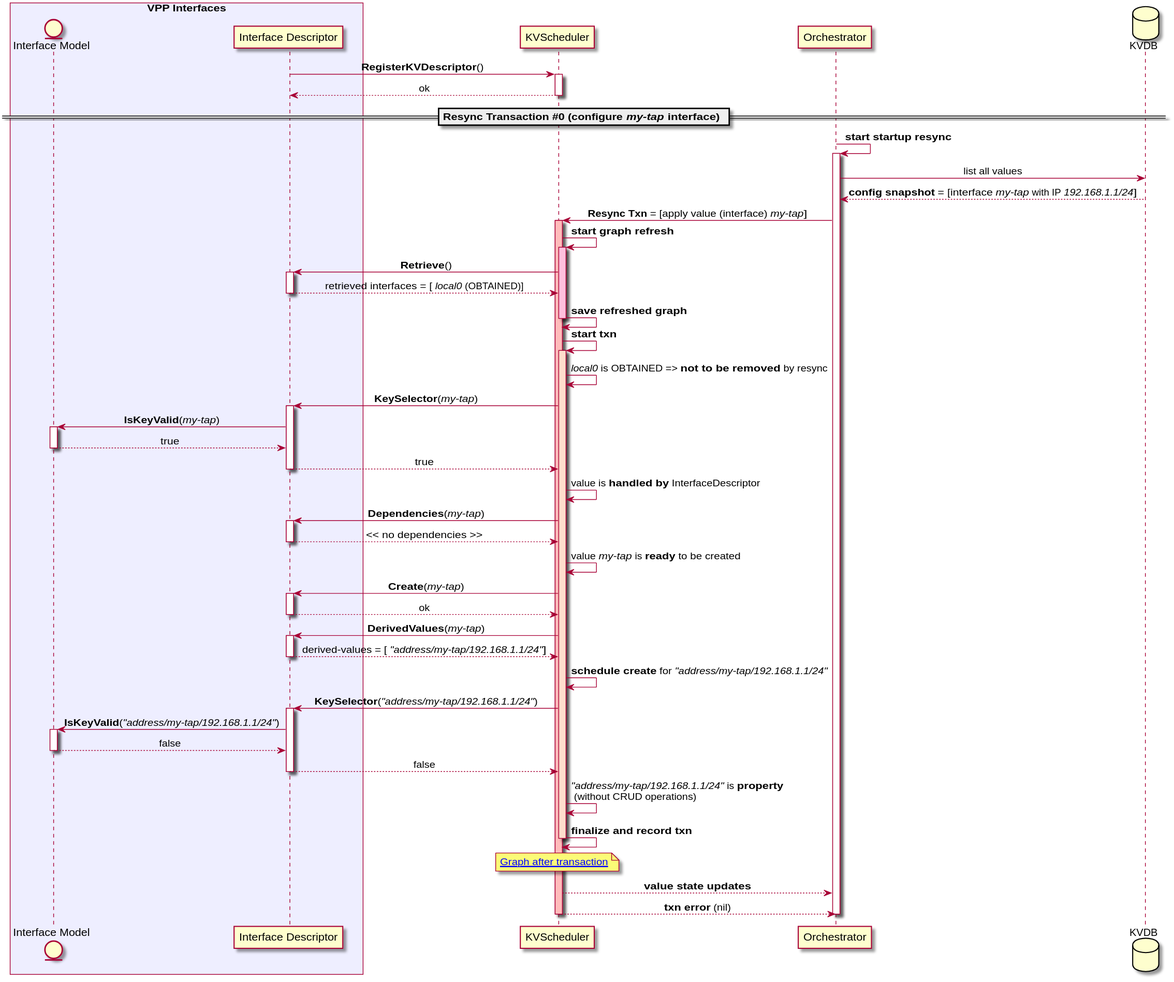
This is docs/kvscheduler/cfd/uml/add_interface.svg from ligato/vpp-agent, a PlantUML export, as it was before one commit. The source it was exported from:
```plantuml
@startuml

skinparam ParticipantPadding 20
skinparam BoxPadding 10
skinparam SequenceMessageAlign center

box "VPP Interfaces" #EEEEFF
entity IM as "Interface Model"
participant ID as "Interface Descriptor"
end box
participant KVS as "KVScheduler"
participant ORCH as "Orchestrator"
database DB as "KVDB"

ID -> KVS: **RegisterKVDescriptor**()
activate KVS
 KVS --> ID: ok
deactivate KVS

== Resync Transaction #0 (configure //my-tap// interface) ==

ORCH -> ORCH: **start startup resync**
activate ORCH
ORCH -> DB: list all values
DB --> ORCH: **config snapshot** = [interface //my-tap// with IP //192.168.1.1/24//]
ORCH -> KVS: **Resync Txn** = [apply value (interface) //my-tap//]
activate KVS  #FFBBBB

KVS -> KVS: **start graph refresh**
 activate KVS  #FFBFDD
  KVS -> ID: **Retrieve**()
   activate ID
    ID --> KVS: retrieved interfaces = [ //local0// (OBTAINED)]
   deactivate ID
  KVS -> KVS: **save refreshed graph**
 deactivate KVS

KVS -> KVS: **start txn**
 activate KVS  #FFDDCC
  KVS -> KVS: //local0// is OBTAINED => **not to be removed** by resync
 KVS -> ID: **KeySelector**(//my-tap//)
  activate ID
   ID -> IM: **IsKeyValid**(//my-tap//)
   activate IM
    IM --> ID: true
   deactivate IM
   ID --> KVS: true
  deactivate ID
 KVS -> KVS: value is **handled by** InterfaceDescriptor
 KVS -> ID: **Dependencies**(//my-tap//)
  activate ID
   ID --> KVS: << no dependencies >>
  deactivate ID
 KVS -> KVS: value //my-tap// is **ready** to be created
 KVS -> ID: **Create**(//my-tap//)
  activate ID
   ID --> KVS: ok
  deactivate ID

 KVS -> ID: **DerivedValues**(//my-tap//)
  activate ID
   ID --> KVS: derived-values = [ //"address/my-tap/192.168.1.1/24"//]
  deactivate ID
  KVS -> KVS: **schedule create** for //"address/my-tap/192.168.1.1/24"//
  KVS -> ID: **KeySelector**(//"address/my-tap/192.168.1.1/24"//)
  activate ID
   ID -> IM: **IsKeyValid**(//"address/my-tap/192.168.1.1/24"//)
   activate IM
   IM --> ID: false
   deactivate IM
   ID --> KVS: false
  deactivate ID
 KVS -> KVS: //"address/my-tap/192.168.1.1/24"// is **property** \n (without CRUD operations)

 KVS -> KVS: **finalize and record txn**
 deactivate KVS

 note over KVS: [[https://raw.githubusercontent.com/milanlenco/vpp-agent/kvs-docs/docs/kvscheduler/cfd/graph/interface_created.svg?sanitize=true Graph after transaction]]

KVS --> ORCH: **value state updates**
KVS --> ORCH: **txn error** (nil)
deactivate KVS
deactivate ORCH

@enduml
```
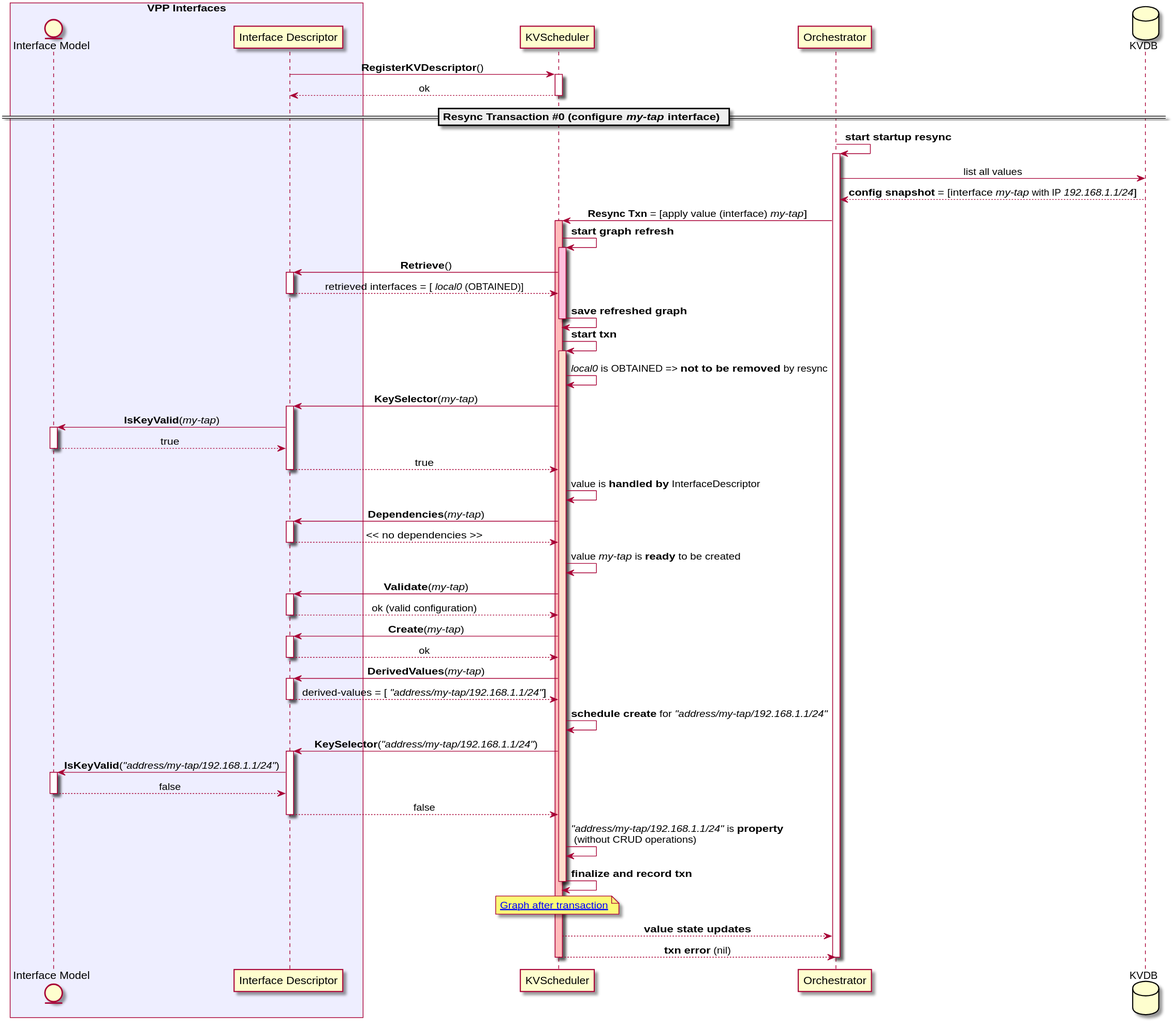
Above is the later version.

Change to the diagram source:
```diff
@@ -52,6 +52,10 @@
    ID --> KVS: << no dependencies >>
   deactivate ID
  KVS -> KVS: value //my-tap// is **ready** to be created
+ KVS -> ID: **Validate**(//my-tap//)
+  activate ID
+   ID --> KVS: ok (valid configuration)
+  deactivate ID
  KVS -> ID: **Create**(//my-tap//)
   activate ID
    ID --> KVS: ok
```
